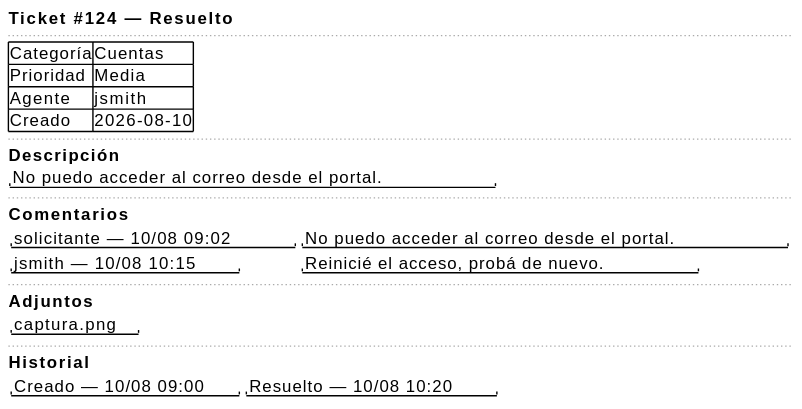
Before: puml/02-fase-elaboracion/especificacion-casos-uso/tickets/UC04-ver-ticket-wireframe.svg, a diagram exported from PlantUML (Dievex/01-HelpDesk). Its diagram source:
```plantuml
@startsalt UC04-ver-ticket-wireframe
{
  <b>Ticket #124 — Resuelto
  ..
  {#
    Categoría | Cuentas
    Prioridad | Media
    Agente    | jsmith
    Creado    | 2026-08-10
  }
  ..
  <b>Descripción
  "No puedo acceder al correo desde el portal."
  ..
  <b>Comentarios
  {
    "solicitante — 10/08 09:02" | "No puedo acceder al correo desde el portal."
    "jsmith — 10/08 10:15"      | "Reinicié el acceso, probá de nuevo."
  }
  ..
  <b>Adjuntos
  { "captura.png" }
  ..
  <b>Historial
  { "Creado — 10/08 09:00" | "Resuelto — 10/08 10:20" }
}
@endsalt
```
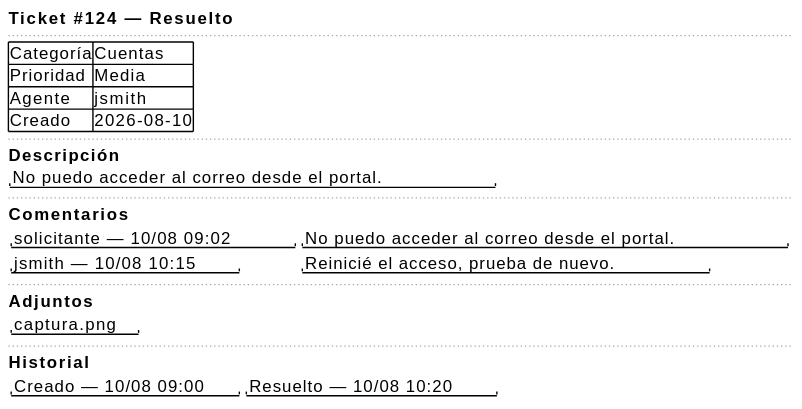
Above is the later version.

Diff of the diagram source:
```diff
@@ -15,7 +15,7 @@
   <b>Comentarios
   {
     "solicitante — 10/08 09:02" | "No puedo acceder al correo desde el portal."
-    "jsmith — 10/08 10:15"      | "Reinicié el acceso, probá de nuevo."
+    "jsmith — 10/08 10:15"      | "Reinicié el acceso, prueba de nuevo."
   }
   ..
   <b>Adjuntos
```
